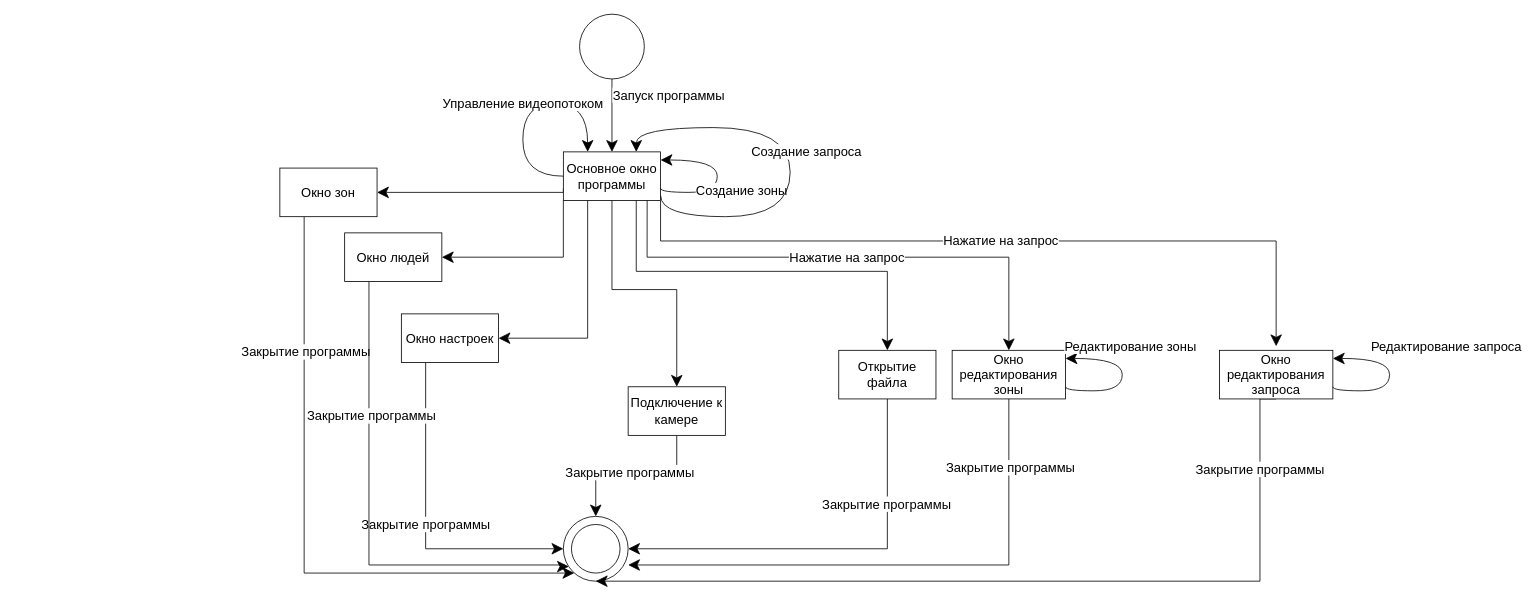
The draw.io diagram page "Dialog" (8 of 8) of Main-diagrams.drawio in GoldGreen/Skeletonization, before the edit. Source tidied: cells renumbered, new cells numbered last; positions are measured from the earlier drawing's top-left corner, leaving out a move shared by most shapes. Both pictures are drawn from the tidied source at 81%, with x=0, y=0 at pixel (279, 14).
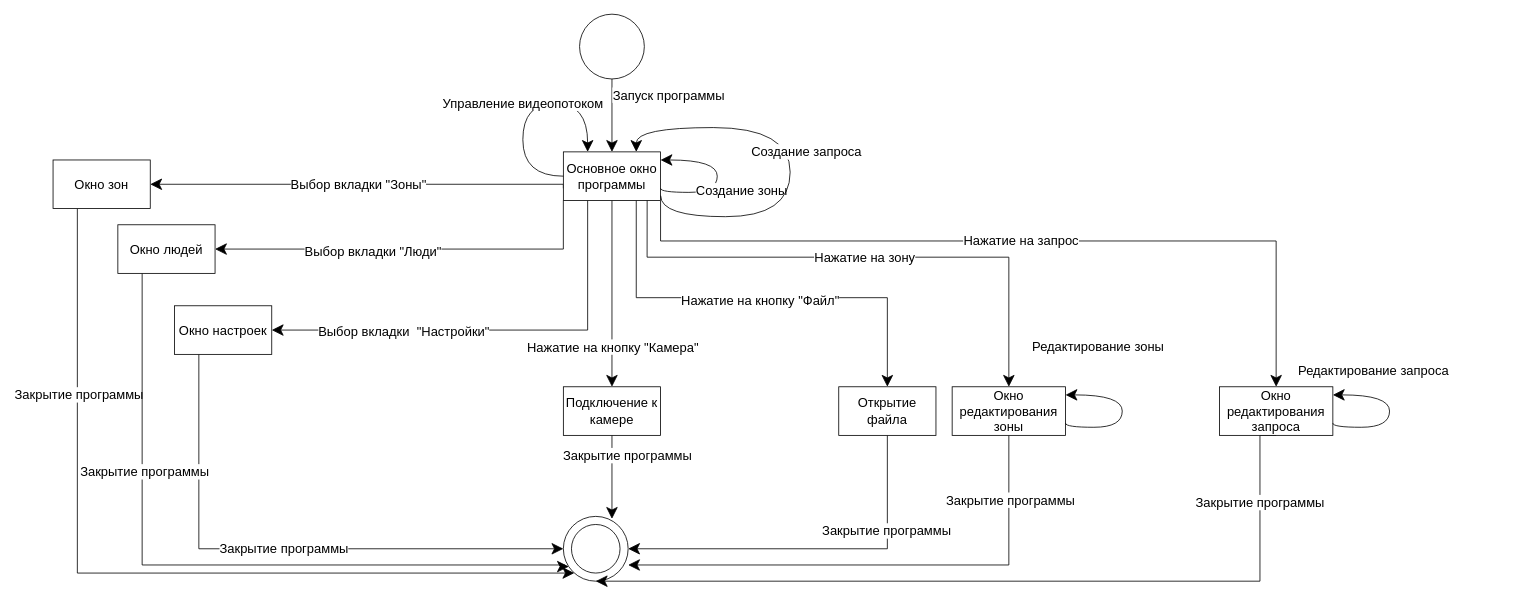
After the change.

The change refers to these unchanged cells:
```xml
<mxCell id="7" style="edgeStyle=orthogonalEdgeStyle;rounded=0;jettySize=auto;html=1;exitX=0.5;exitY=1;exitDx=0;exitDy=0;fontSize=16;startArrow=none;startFill=0;endArrow=classic;endFill=1;startSize=12;endSize=12;entryX=0.5;entryY=0;entryDx=0;entryDy=0;" parent="1" edge="1" source="10" target="22">
  <mxGeometry relative="1" as="geometry" />
</mxCell>
<mxCell id="10" value="Основное окно программы" style="rounded=0;whiteSpace=wrap;html=1;fontSize=16;" parent="1" vertex="1">
  <mxGeometry x="350" y="170" width="120" height="60" as="geometry" />
</mxCell>
<mxCell id="26" style="ellipse;whiteSpace=wrap;html=1;fontSize=16;" parent="1" vertex="1">
  <mxGeometry x="350" y="620" width="80" height="80" as="geometry" />
</mxCell>
```

Change to the diagram source:
```diff
@@
-    <mxCell id="4" style="edgeStyle=orthogonalEdgeStyle;rounded=0;jettySize=auto;html=1;exitX=0;exitY=0.75;exitDx=0;exitDy=0;fontSize=16;startArrow=none;startFill=0;endArrow=classic;endFill=1;startSize=12;endSize=12;entryX=1;entryY=0.5;entryDx=0;entryDy=0;" parent="1" edge="1" source="10" target="14">
+    <mxCell id="4" value="Выбор вкладки &quot;Зоны&quot;" style="edgeStyle=orthogonalEdgeStyle;rounded=0;jettySize=auto;html=1;exitX=0;exitY=0.75;exitDx=0;exitDy=0;fontSize=16;startArrow=none;startFill=0;endArrow=classic;endFill=1;startSize=12;endSize=12;entryX=1;entryY=0.5;entryDx=0;entryDy=0;" parent="1" edge="1" source="10" target="14">
       <mxGeometry relative="1" as="geometry">
         <Array as="points">
-          <mxPoint x="350" y="220" />
+          <mxPoint x="350" y="210" />
         </Array>
       </mxGeometry>
     </mxCell>
     <mxCell id="5" style="edgeStyle=orthogonalEdgeStyle;rounded=0;jettySize=auto;html=1;exitX=0;exitY=1;exitDx=0;exitDy=0;fontSize=16;startArrow=none;startFill=0;endArrow=classic;endFill=1;startSize=12;endSize=12;entryX=1;entryY=0.5;entryDx=0;entryDy=0;" parent="1" edge="1" source="10" target="19">
       <mxGeometry relative="1" as="geometry">
         <Array as="points">
-          <mxPoint x="350" y="300" />
+          <mxPoint x="350" y="290" />
         </Array>
       </mxGeometry>
     </mxCell>
+    <mxCell id="39" value="&lt;span style=&quot;font-size: 16px&quot;&gt;Выбор вкладки &quot;Люди&quot;&lt;/span&gt;" style="edgeLabel;html=1;align=center;verticalAlign=middle;fontSize=13;" parent="5" vertex="1">
+      <mxGeometry x="0.21" y="2" relative="1" as="geometry" />
+    </mxCell>
     <mxCell id="6" style="edgeStyle=orthogonalEdgeStyle;rounded=0;jettySize=auto;html=1;exitX=0.25;exitY=1;exitDx=0;exitDy=0;fontSize=16;startArrow=none;startFill=0;endArrow=classic;endFill=1;startSize=12;endSize=12;entryX=1;entryY=0.5;entryDx=0;entryDy=0;" parent="1" edge="1" source="10" target="16">
       <mxGeometry relative="1" as="geometry">
         <Array as="points">
-          <mxPoint x="380" y="400" />
+          <mxPoint x="380" y="390" />
         </Array>
       </mxGeometry>
     </mxCell>
+    <mxCell id="40" value="&lt;span style=&quot;font-size: 16px&quot;&gt;Выбор вкладки&amp;nbsp; &quot;Настройки&quot;&lt;/span&gt;" style="edgeLabel;html=1;align=center;verticalAlign=middle;fontSize=13;" parent="6" vertex="1">
+      <mxGeometry x="0.41" y="1" relative="1" as="geometry" />
+    </mxCell>
@@
+    <mxCell id="41" value="&lt;span style=&quot;font-size: 16px&quot;&gt;Нажатие на кнопку &quot;Камера&quot;&lt;/span&gt;" style="edgeLabel;html=1;align=center;verticalAlign=middle;fontSize=13;" parent="7" vertex="1">
+      <mxGeometry x="0.27" y="4" relative="1" as="geometry">
+        <mxPoint x="-4" y="34" as="offset" />
+      </mxGeometry>
+    </mxCell>
     <mxCell id="8" style="edgeStyle=orthogonalEdgeStyle;rounded=0;jettySize=auto;html=1;exitX=0.75;exitY=1;exitDx=0;exitDy=0;fontSize=16;startArrow=none;startFill=0;endArrow=classic;endFill=1;startSize=12;endSize=12;entryX=0.5;entryY=0;entryDx=0;entryDy=0;" parent="1" edge="1" source="10" target="25">
-      <mxGeometry relative="1" as="geometry" />
+      <mxGeometry relative="1" as="geometry">
+        <Array as="points">
+          <mxPoint x="440" y="350" />
+          <mxPoint x="750" y="350" />
+        </Array>
+      </mxGeometry>
     </mxCell>
+    <mxCell id="42" value="&lt;span style=&quot;font-size: 16px&quot;&gt;Нажатие на кнопку &quot;Файл&quot;&lt;/span&gt;" style="edgeLabel;html=1;align=center;verticalAlign=middle;fontSize=13;" parent="8" vertex="1">
+      <mxGeometry x="-0.03" y="-3" relative="1" as="geometry">
+        <mxPoint x="10" as="offset" />
+      </mxGeometry>
+    </mxCell>
-    <mxCell id="9" value="Нажатие на запрос" style="edgeStyle=orthogonalEdgeStyle;rounded=0;jettySize=auto;html=1;exitX=1;exitY=1;exitDx=0;exitDy=0;fontSize=16;startArrow=none;startFill=0;endArrow=classic;endFill=1;startSize=12;endSize=12;" parent="1" edge="1" source="10">
+    <mxCell id="9" value="Нажатие на запрос" style="edgeStyle=orthogonalEdgeStyle;rounded=0;jettySize=auto;html=1;exitX=1;exitY=1;exitDx=0;exitDy=0;fontSize=16;startArrow=none;startFill=0;endArrow=classic;endFill=1;startSize=12;endSize=12;entryX=0.5;entryY=0;entryDx=0;entryDy=0;" parent="1" edge="1" source="10" target="36">
       <mxGeometry relative="1" as="geometry">
-        <mxPoint x="1230" y="410" as="targetPoint" />
         <Array as="points">
           <mxPoint x="470" y="280" />
           <mxPoint x="1230" y="280" />
         </Array>
       </mxGeometry>
     </mxCell>
@@
     <mxCell id="12" style="edgeStyle=orthogonalEdgeStyle;rounded=0;jettySize=auto;html=1;exitX=0.25;exitY=1;exitDx=0;exitDy=0;fontSize=16;startArrow=none;startFill=0;endArrow=classic;endFill=1;startSize=12;endSize=12;" parent="1" edge="1" source="14" target="26">
       <mxGeometry relative="1" as="geometry">
         <Array as="points">
-          <mxPoint x="30" y="690" />
+          <mxPoint x="-250" y="690" />
         </Array>
       </mxGeometry>
     </mxCell>
@@
     <mxCell id="14" value="Окно зон" style="rounded=0;whiteSpace=wrap;html=1;fontSize=16;" parent="1" vertex="1">
-      <mxGeometry y="190" width="120" height="60" as="geometry" />
+      <mxGeometry x="-280" y="180" width="120" height="60" as="geometry" />
     </mxCell>
@@
     <mxCell id="16" value="Окно настроек" style="rounded=0;whiteSpace=wrap;html=1;fontSize=16;" parent="1" vertex="1">
-      <mxGeometry x="150" y="370" width="120" height="60" as="geometry" />
+      <mxGeometry x="-130" y="360" width="120" height="60" as="geometry" />
     </mxCell>
     <mxCell id="17" style="edgeStyle=orthogonalEdgeStyle;rounded=0;jettySize=auto;html=1;exitX=0.25;exitY=1;exitDx=0;exitDy=0;entryX=0.085;entryY=0.775;entryDx=0;entryDy=0;entryPerimeter=0;fontSize=16;startArrow=none;startFill=0;endArrow=classic;endFill=1;startSize=12;endSize=12;" parent="1" edge="1" source="19" target="26">
       <mxGeometry relative="1" as="geometry">
         <Array as="points">
-          <mxPoint x="110" y="680" />
+          <mxPoint x="-170" y="680" />
           <mxPoint x="352" y="680" />
           <mxPoint x="352" y="682" />
         </Array>
       </mxGeometry>
     </mxCell>
@@
     <mxCell id="19" value="Окно людей" style="rounded=0;whiteSpace=wrap;html=1;fontSize=16;" parent="1" vertex="1">
-      <mxGeometry x="80" y="270" width="120" height="60" as="geometry" />
+      <mxGeometry x="-200" y="260" width="120" height="60" as="geometry" />
     </mxCell>
-    <mxCell id="20" style="edgeStyle=orthogonalEdgeStyle;rounded=0;jettySize=auto;html=1;exitX=0.5;exitY=1;exitDx=0;exitDy=0;entryX=0.5;entryY=0;entryDx=0;entryDy=0;fontSize=16;startArrow=none;startFill=0;endArrow=classic;endFill=1;startSize=12;endSize=12;" parent="1" edge="1" source="22" target="26">
+    <mxCell id="20" style="edgeStyle=orthogonalEdgeStyle;rounded=0;jettySize=auto;html=1;exitX=0.5;exitY=1;exitDx=0;exitDy=0;entryX=0.75;entryY=0.038;entryDx=0;entryDy=0;fontSize=16;startArrow=none;startFill=0;endArrow=classic;endFill=1;startSize=12;endSize=12;entryPerimeter=0;" parent="1" edge="1" source="22" target="26">
       <mxGeometry relative="1" as="geometry" />
     </mxCell>
     <mxCell id="21" value="Закрытие программы" style="edgeLabel;html=1;align=center;verticalAlign=middle;fontSize=16;" parent="20" vertex="1">
-      <mxGeometry x="0.04" relative="1" as="geometry" />
+      <mxGeometry x="0.04" relative="1" as="geometry">
+        <mxPoint x="18" y="-30" as="offset" />
+      </mxGeometry>
     </mxCell>
     <mxCell id="22" value="Подключение к камере" style="rounded=0;whiteSpace=wrap;html=1;fontSize=16;" parent="1" vertex="1">
-      <mxGeometry x="430" y="460" width="120" height="60" as="geometry" />
+      <mxGeometry x="350" y="460" width="120" height="60" as="geometry" />
     </mxCell>
@@
     <mxCell id="25" value="Открытие файла" style="rounded=0;whiteSpace=wrap;html=1;fontSize=16;" parent="1" vertex="1">
-      <mxGeometry x="690" y="415" width="120" height="60" as="geometry" />
+      <mxGeometry x="690" y="460" width="120" height="60" as="geometry" />
     </mxCell>
@@
-    <mxCell id="30" value="Нажатие на запрос" style="edgeStyle=orthogonalEdgeStyle;rounded=0;jettySize=auto;html=1;exitX=0.862;exitY=1.002;exitDx=0;exitDy=0;fontSize=16;startArrow=none;startFill=0;endArrow=classic;endFill=1;startSize=12;endSize=12;exitPerimeter=0;entryX=0.5;entryY=0;entryDx=0;entryDy=0;" parent="1" edge="1" source="10" target="33">
+    <mxCell id="30" value="Нажатие на зону" style="edgeStyle=orthogonalEdgeStyle;rounded=0;jettySize=auto;html=1;exitX=0.862;exitY=1.002;exitDx=0;exitDy=0;fontSize=16;startArrow=none;startFill=0;endArrow=classic;endFill=1;startSize=12;endSize=12;exitPerimeter=0;entryX=0.5;entryY=0;entryDx=0;entryDy=0;" parent="1" edge="1" source="10" target="33">
       <mxGeometry relative="1" as="geometry">
         <Array as="points">
           <mxPoint x="453" y="300" />
           <mxPoint x="900" y="300" />
         </Array>
       </mxGeometry>
     </mxCell>
@@
     <mxCell id="33" value="Окно редактирования&lt;br&gt;зоны" style="rounded=0;whiteSpace=wrap;html=1;fontSize=16;" parent="1" vertex="1">
-      <mxGeometry x="830" y="415" width="140" height="60" as="geometry" />
+      <mxGeometry x="830" y="460" width="140" height="60" as="geometry" />
     </mxCell>
@@
     <mxCell id="36" value="Окно редактирования запроса" style="rounded=0;whiteSpace=wrap;html=1;fontSize=16;" parent="1" vertex="1">
-      <mxGeometry x="1160" y="415" width="140" height="60" as="geometry" />
+      <mxGeometry x="1160" y="460" width="140" height="60" as="geometry" />
     </mxCell>
     <mxCell id="37" value="Редактирование зоны" style="edgeStyle=orthogonalEdgeStyle;rounded=0;orthogonalLoop=1;jettySize=auto;html=1;exitX=1;exitY=0.75;exitDx=0;exitDy=0;fontSize=16;startArrow=none;startFill=0;endArrow=classic;endFill=1;startSize=12;endSize=12;curved=1;" parent="1" edge="1">
-      <mxGeometry x="0.24" y="-18" relative="1" as="geometry">
-        <mxPoint x="970" y="460" as="sourcePoint" />
-        <mxPoint x="970" y="425" as="targetPoint" />
+      <mxGeometry x="0.24" y="-30" relative="1" as="geometry">
+        <mxPoint x="970" y="505" as="sourcePoint" />
+        <mxPoint x="970" y="470" as="targetPoint" />
         <Array as="points">
-          <mxPoint x="970" y="465" />
-          <mxPoint x="1040" y="465" />
-          <mxPoint x="1040" y="425" />
+          <mxPoint x="970" y="510" />
+          <mxPoint x="1040" y="510" />
+          <mxPoint x="1040" y="470" />
         </Array>
-        <mxPoint x="10" y="3" as="offset" />
+        <mxPoint x="-30" y="-30" as="offset" />
       </mxGeometry>
     </mxCell>
     <mxCell id="38" value="Редактирование запроса" style="edgeStyle=orthogonalEdgeStyle;rounded=0;orthogonalLoop=1;jettySize=auto;html=1;exitX=1;exitY=0.75;exitDx=0;exitDy=0;fontSize=16;startArrow=none;startFill=0;endArrow=classic;endFill=1;startSize=12;endSize=12;curved=1;" parent="1" edge="1">
-      <mxGeometry x="0.24" y="-72" relative="1" as="geometry">
-        <mxPoint x="1300" y="460" as="sourcePoint" />
-        <mxPoint x="1300" y="425" as="targetPoint" />
+      <mxGeometry x="0.46" y="-30" relative="1" as="geometry">
+        <mxPoint x="1300" y="505" as="sourcePoint" />
+        <mxPoint x="1300" y="470" as="targetPoint" />
         <Array as="points">
-          <mxPoint x="1300" y="465" />
-          <mxPoint x="1370" y="465" />
-          <mxPoint x="1370" y="425" />
+          <mxPoint x="1300" y="510" />
+          <mxPoint x="1370" y="510" />
+          <mxPoint x="1370" y="470" />
         </Array>
-        <mxPoint x="70" y="57" as="offset" />
       </mxGeometry>
     </mxCell>
```
